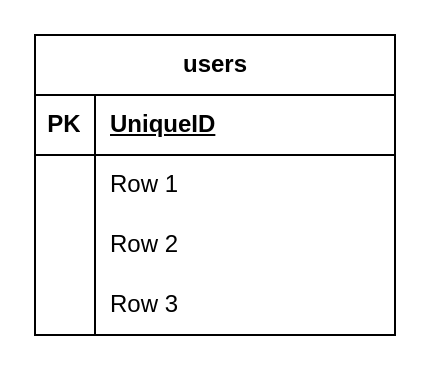
This is Invite Flow.drawio from RadidDesfandri/invite-flow, a draw.io file, before an edit. Source tidied: cells renumbered, new cells numbered last; positions are measured from the earlier drawing's top-left corner, leaving out a move shared by most shapes. Both pictures are drawn from the tidied source at 200%, with x=0, y=0 at pixel (34, 34).
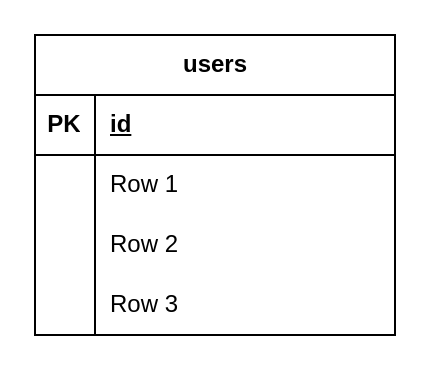
Above is the later version.

The edit, as a diff of the source:
```diff
@@
 <mxGraphModel>
   <root>
     <mxCell id="0" />
     <mxCell id="1" parent="0" />
     <mxCell id="2" value="users" style="shape=table;startSize=30;childLayout=tableLayout;rowLines=0;fontStyle=1;align=center;html=1;" parent="1" vertex="1">
       <mxGeometry width="180" height="150" as="geometry" />
     </mxCell>
     <mxCell id="3" style="shape=tableRow;horizontal=0;startSize=0;swimlaneHead=0;swimlaneBody=0;fillColor=none;top=0;left=0;right=0;bottom=1;" parent="2" vertex="1">
       <mxGeometry y="30" width="180" height="30" as="geometry" />
     </mxCell>
     <mxCell id="4" value="PK" style="shape=partialRectangle;fillColor=none;top=0;left=0;bottom=0;right=0;fontStyle=1;overflow=hidden;whiteSpace=wrap;html=1;" parent="3" vertex="1">
       <mxGeometry width="30" height="30" as="geometry" />
     </mxCell>
-    <mxCell id="5" value="UniqueID" style="shape=partialRectangle;fillColor=none;top=0;left=0;bottom=0;right=0;align=left;spacingLeft=6;fontStyle=5;overflow=hidden;whiteSpace=wrap;html=1;" parent="3" vertex="1">
+    <mxCell id="5" value="id" style="shape=partialRectangle;fillColor=none;top=0;left=0;bottom=0;right=0;align=left;spacingLeft=6;fontStyle=5;overflow=hidden;whiteSpace=wrap;html=1;" parent="3" vertex="1">
       <mxGeometry x="30" width="150" height="30" as="geometry" />
     </mxCell>
     <mxCell id="6" style="shape=tableRow;horizontal=0;startSize=0;swimlaneHead=0;swimlaneBody=0;fillColor=none;top=0;left=0;right=0;bottom=0;" parent="2" vertex="1">
       <mxGeometry y="60" width="180" height="30" as="geometry" />
     </mxCell>
     <mxCell id="7" style="shape=partialRectangle;fillColor=none;top=0;left=0;bottom=0;right=0;overflow=hidden;whiteSpace=wrap;html=1;" parent="6" vertex="1">
       <mxGeometry width="30" height="30" as="geometry" />
     </mxCell>
     <mxCell id="8" value="Row 1" style="shape=partialRectangle;fillColor=none;top=0;left=0;bottom=0;right=0;align=left;spacingLeft=6;overflow=hidden;whiteSpace=wrap;html=1;" parent="6" vertex="1">
       <mxGeometry x="30" width="150" height="30" as="geometry" />
     </mxCell>
     <mxCell id="9" style="shape=tableRow;horizontal=0;startSize=0;swimlaneHead=0;swimlaneBody=0;fillColor=none;top=0;left=0;right=0;bottom=0;" parent="2" vertex="1">
       <mxGeometry y="90" width="180" height="30" as="geometry" />
     </mxCell>
     <mxCell id="10" style="shape=partialRectangle;fillColor=none;top=0;left=0;bottom=0;right=0;overflow=hidden;whiteSpace=wrap;html=1;" parent="9" vertex="1">
       <mxGeometry width="30" height="30" as="geometry" />
     </mxCell>
     <mxCell id="11" value="Row 2" style="shape=partialRectangle;fillColor=none;top=0;left=0;bottom=0;right=0;align=left;spacingLeft=6;overflow=hidden;whiteSpace=wrap;html=1;" parent="9" vertex="1">
       <mxGeometry x="30" width="150" height="30" as="geometry" />
     </mxCell>
     <mxCell id="12" style="shape=tableRow;horizontal=0;startSize=0;swimlaneHead=0;swimlaneBody=0;fillColor=none;top=0;left=0;right=0;bottom=0;" parent="2" vertex="1">
       <mxGeometry y="120" width="180" height="30" as="geometry" />
     </mxCell>
     <mxCell id="13" style="shape=partialRectangle;fillColor=none;top=0;left=0;bottom=0;right=0;overflow=hidden;whiteSpace=wrap;html=1;" parent="12" vertex="1">
       <mxGeometry width="30" height="30" as="geometry" />
     </mxCell>
     <mxCell id="14" value="Row 3" style="shape=partialRectangle;fillColor=none;top=0;left=0;bottom=0;right=0;align=left;spacingLeft=6;overflow=hidden;whiteSpace=wrap;html=1;" parent="12" vertex="1">
       <mxGeometry x="30" width="150" height="30" as="geometry" />
     </mxCell>
   </root>
 </mxGraphModel>
```
